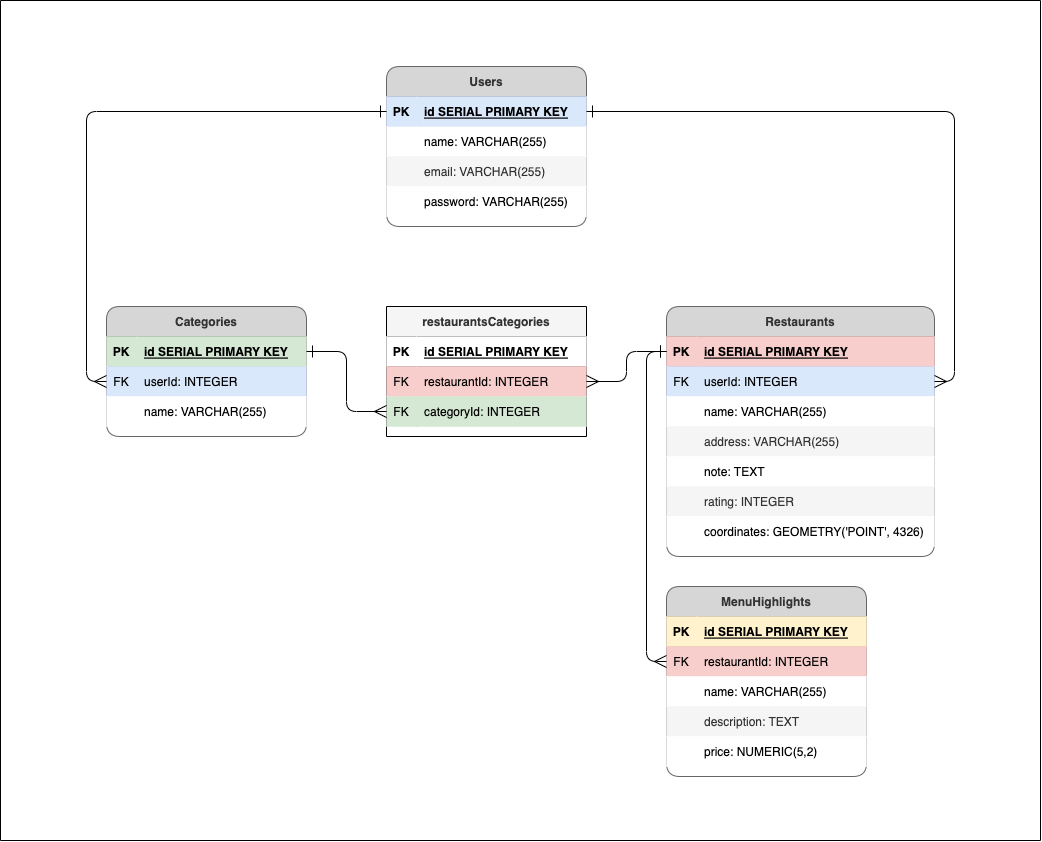
Earlier version of the draw.io export ERD.drawio.png (philjang/ad-libitum). Source tidied: cells renumbered, new cells last; positions are measured from the earlier drawing's top-left corner, leaving out a move shared by most shapes.
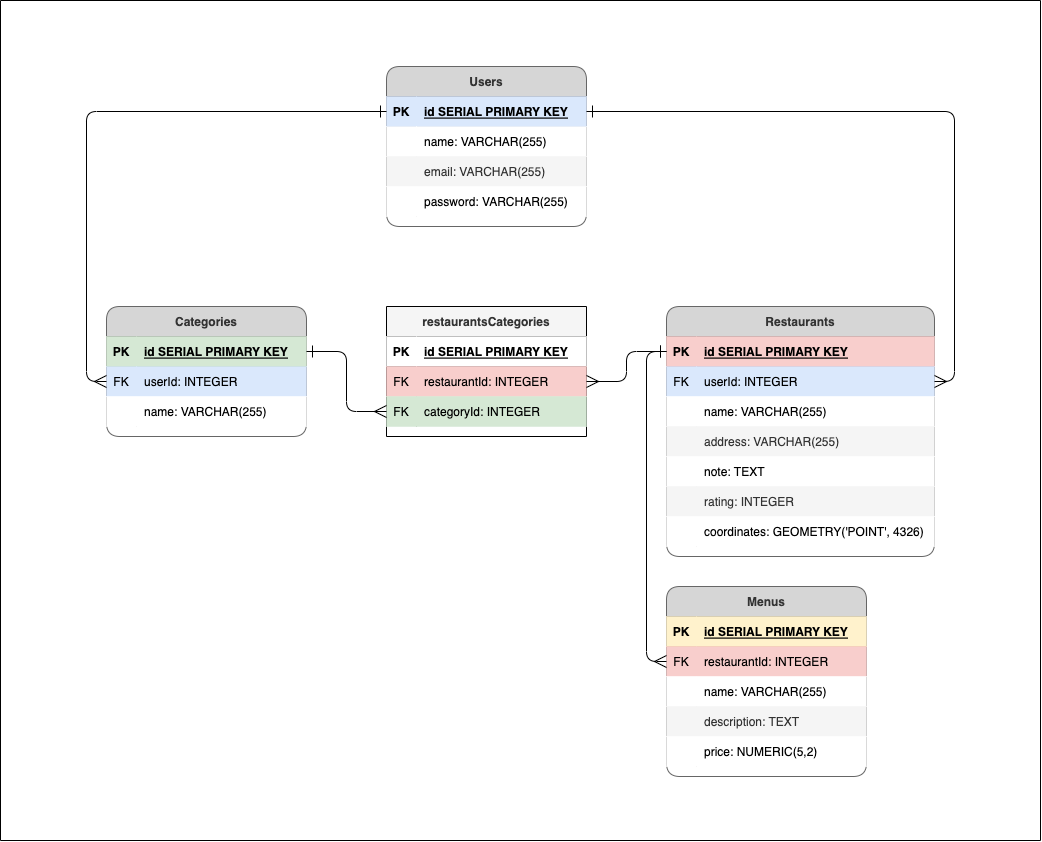
The same diagram one commit later.

The edit, as a diff of the source:
```diff
@@ -137,7 +137,7 @@
     <mxCell id="46" value="name: VARCHAR(255)" style="shape=partialRectangle;top=0;left=0;bottom=0;right=0;align=left;spacingLeft=6;overflow=hidden;" parent="44" vertex="1">
       <mxGeometry x="30" width="170" height="30" as="geometry" />
     </mxCell>
-    <mxCell id="47" value="MenuHighlights" style="shape=table;startSize=30;rowLines=0;fontStyle=1;align=center;fillColor=#D6D6D6;strokeColor=#666666;swimlaneFillColor=none;rounded=1;fontColor=#333333;strokeWidth=1;" parent="1" vertex="1">
+    <mxCell id="47" value="Menus" style="shape=table;startSize=30;rowLines=0;fontStyle=1;align=center;fillColor=#D6D6D6;strokeColor=#666666;swimlaneFillColor=none;rounded=1;fontColor=#333333;strokeWidth=1;" parent="1" vertex="1">
       <mxGeometry x="666" y="586" width="200" height="190" as="geometry" />
     </mxCell>
     <mxCell id="48" style="shape=tableRow;horizontal=0;startSize=0;swimlaneHead=0;swimlaneBody=0;fillColor=#fff2cc;top=0;left=0;right=0;bottom=1;strokeColor=#d6b656;" parent="47" vertex="1">
```
